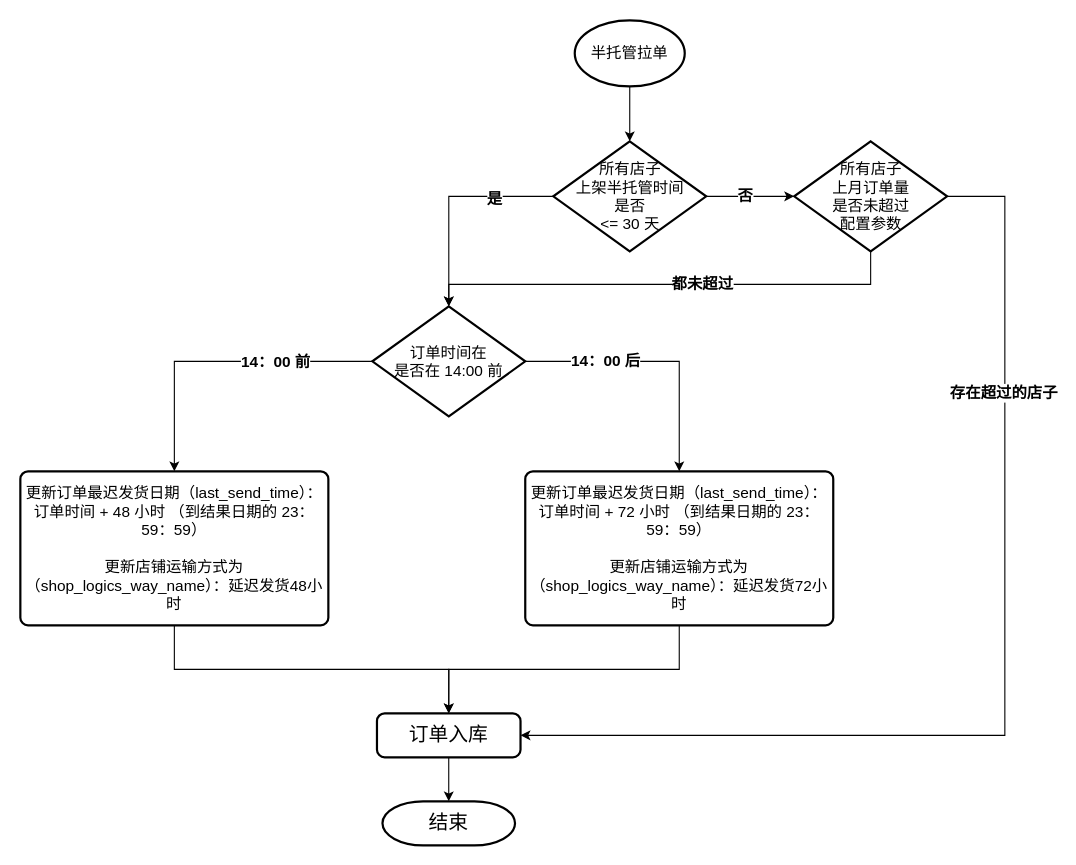
The draw.io diagram longpean/OMS6.2.5半托管新品延迟发货标签需求流程.drawio in GitHeP/diagrams, before the edit. Source tidied: cells renumbered, new cells numbered last; positions are measured from the earlier drawing's top-left corner, leaving out a move shared by most shapes. Both pictures are drawn from the tidied source at 110%, with x=0, y=0 at pixel (20, 20).
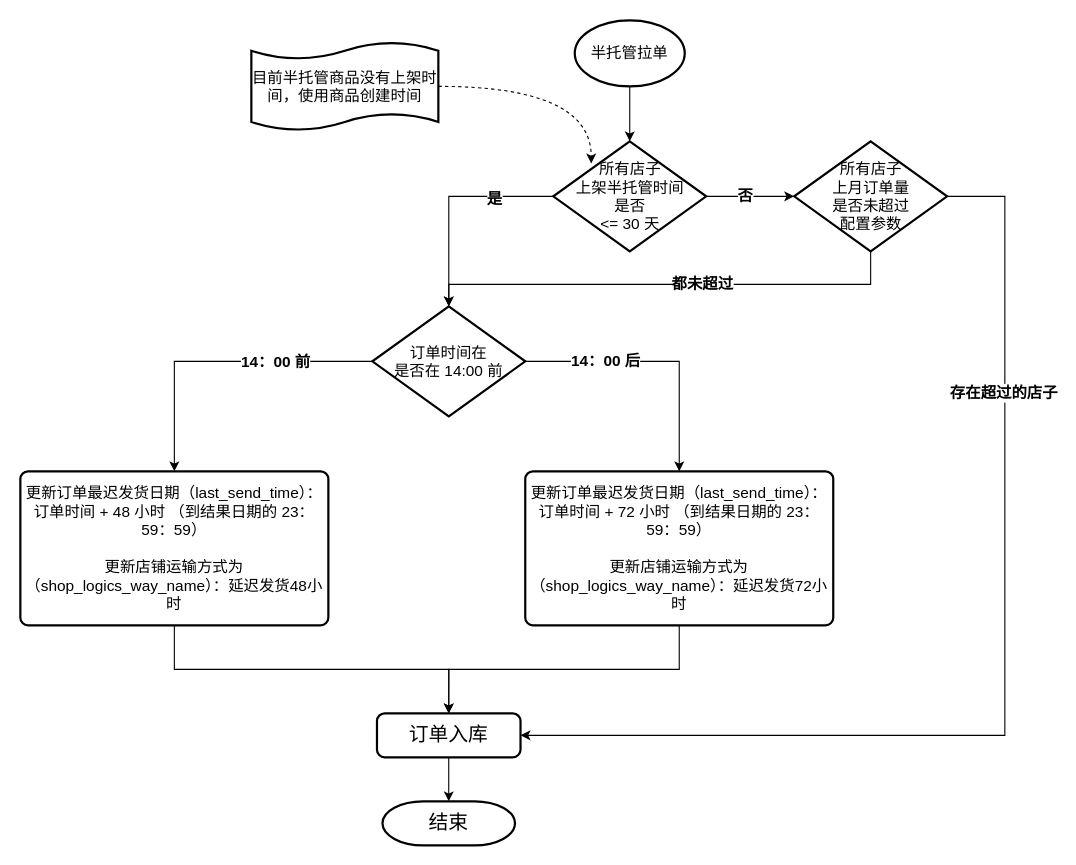
The same page after the edit.

Commit message:
更新OMS6.2.5半托管新品延迟发货标签需求流程.drawio

The change refers to these unchanged cells:
```xml
<mxCell id="6" value="&lt;font style=&quot;font-size: 14px;&quot;&gt;所有店子&lt;/font&gt;&lt;div&gt;&lt;font style=&quot;font-size: 14px;&quot;&gt;上架半托管时间&lt;/font&gt;&lt;div&gt;&lt;font style=&quot;font-size: 14px;&quot;&gt;是否&lt;/font&gt;&lt;div&gt;&lt;font style=&quot;font-size: 14px;&quot;&gt;&amp;lt;= 30 天&lt;/font&gt;&lt;/div&gt;&lt;/div&gt;&lt;/div&gt;" style="strokeWidth=2;html=1;shape=mxgraph.flowchart.decision;whiteSpace=wrap;" parent="1" vertex="1">
  <mxGeometry x="484.5" y="110" width="139" height="100" as="geometry" />
</mxCell>
```

Change to the diagram source:
```diff
@@
+    <mxCell id="26" value="&lt;font style=&quot;font-size: 14px;&quot;&gt;目前半托管商品没有上架时间，使用商品创建时间&lt;/font&gt;" style="shape=tape;whiteSpace=wrap;html=1;strokeWidth=2;size=0.19;" parent="1" vertex="1">
+      <mxGeometry x="210" y="20" width="170" height="80" as="geometry" />
+    </mxCell>
+    <mxCell id="27" style="edgeStyle=orthogonalEdgeStyle;rounded=0;jettySize=auto;html=1;entryX=0.248;entryY=0.201;entryDx=0;entryDy=0;entryPerimeter=0;curved=1;dashed=1;" parent="1" edge="1" source="26" target="6">
+      <mxGeometry relative="1" as="geometry" />
+    </mxCell>
```
